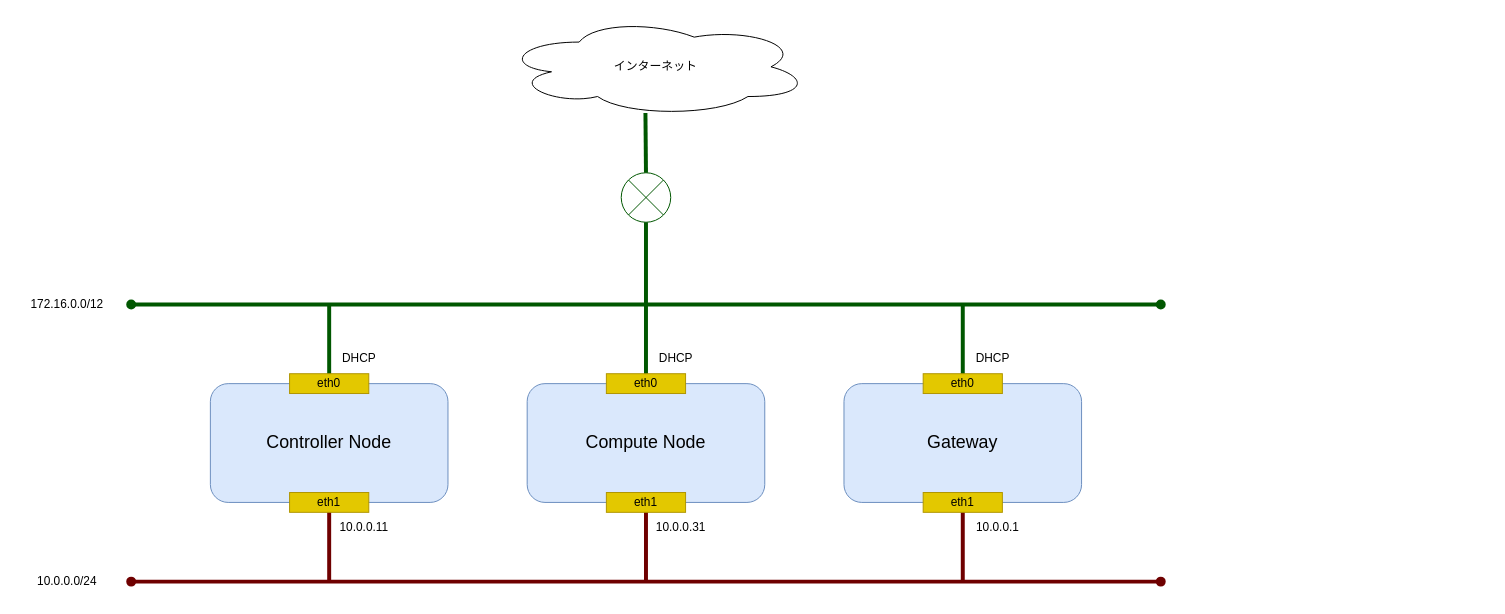
The draw.io diagram _static/image/network_diagram.drawio in 9506hqwy/openstack_study_notes, before the edit. Source tidied: cells renumbered, new cells numbered last; positions are measured from the earlier drawing's top-left corner, leaving out a move shared by most shapes. Both pictures are drawn from the tidied source at 99%, with x=0, y=0 at pixel (17, 17).
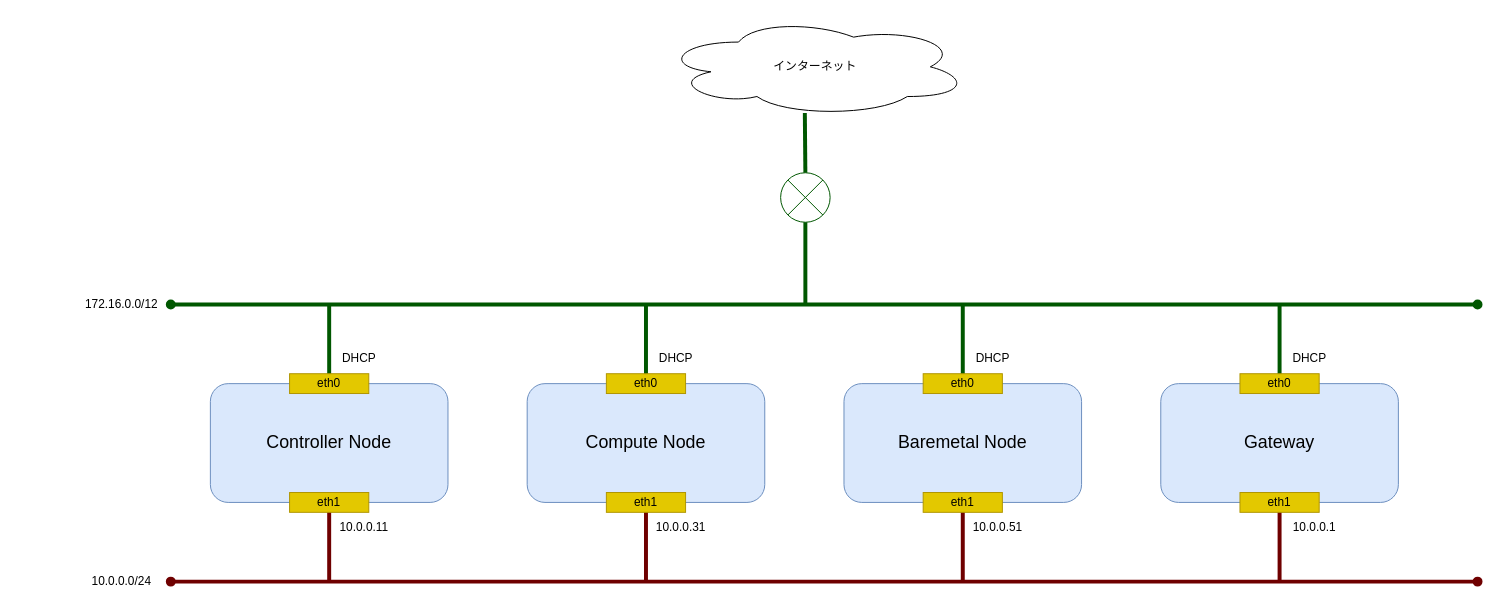
Above is the later version.

Unchanged cells that the change refers to:
```xml
<mxCell id="8" style="ellipse;whiteSpace=wrap;html=1;fillColor=none;fontColor=#ffffff;strokeColor=#005700;" parent="7" vertex="1">
  <mxGeometry width="50" height="50" as="geometry" />
</mxCell>
```

Change to the diagram source:
```diff
@@
     <mxCell id="2" style="endArrow=oval;html=1;rounded=0;startArrow=oval;startFill=1;endFill=1;strokeWidth=4;fillColor=#a20025;strokeColor=#6F0000;" parent="1" edge="1">
       <mxGeometry relative="1" as="geometry">
-        <mxPoint x="115" y="570" as="sourcePoint" />
-        <mxPoint x="1155" y="570" as="targetPoint" />
+        <mxPoint x="155" y="570" as="sourcePoint" />
+        <mxPoint x="1475" y="570" as="targetPoint" />
       </mxGeometry>
     </mxCell>
     <mxCell id="3" style="endArrow=oval;html=1;rounded=0;startArrow=oval;startFill=1;endFill=1;strokeWidth=4;fillColor=#008a00;strokeColor=#005700;" parent="1" edge="1">
       <mxGeometry relative="1" as="geometry">
-        <mxPoint x="115" y="290" as="sourcePoint" />
-        <mxPoint x="1155" y="290" as="targetPoint" />
+        <mxPoint x="155" y="290" as="sourcePoint" />
+        <mxPoint x="1475" y="290" as="targetPoint" />
       </mxGeometry>
     </mxCell>
     <mxCell id="4" value="172.16.0.0/12" style="text;html=1;align=center;verticalAlign=middle;strokeColor=none;fillColor=none;" parent="1" vertex="1">
-      <mxGeometry y="275" width="100" height="30" as="geometry" />
+      <mxGeometry x="55" y="275" width="100" height="30" as="geometry" />
     </mxCell>
     <mxCell id="5" value="10.0.0.0/24" style="text;html=1;align=center;verticalAlign=middle;strokeColor=none;fillColor=none;" parent="1" vertex="1">
-      <mxGeometry x="10" y="555" width="80" height="30" as="geometry" />
+      <mxGeometry x="65" y="555" width="80" height="30" as="geometry" />
     </mxCell>
     <mxCell id="6" value="インターネット" style="ellipse;shape=cloud;whiteSpace=wrap;html=1;" parent="1" vertex="1">
-      <mxGeometry x="490" width="310" height="100" as="geometry" />
+      <mxGeometry x="651" width="310" height="100" as="geometry" />
     </mxCell>
     <mxCell id="7" style="group;" parent="1" vertex="1">
-      <mxGeometry x="610" y="157" width="50" height="50" as="geometry" />
+      <mxGeometry x="771" y="157" width="50" height="50" as="geometry" />
     </mxCell>
@@
     <mxCell id="11" style="endArrow=none;html=1;rounded=0;startArrow=none;startFill=0;endFill=0;strokeWidth=4;fillColor=#008a00;strokeColor=#005700;exitX=0.5;exitY=1;exitDx=0;exitDy=0;" parent="1" edge="1" source="8">
       <mxGeometry relative="1" as="geometry">
-        <mxPoint x="635" y="290" as="targetPoint" />
+        <mxPoint x="796" y="290" as="targetPoint" />
       </mxGeometry>
     </mxCell>
@@
     <mxCell id="13" style="endArrow=none;html=1;rounded=0;startArrow=none;startFill=0;endFill=0;strokeWidth=4;fillColor=#008a00;strokeColor=#005700;exitX=0.5;exitY=1;exitDx=0;exitDy=0;" parent="1" edge="1">
       <mxGeometry relative="1" as="geometry">
-        <mxPoint x="315" y="290" as="sourcePoint" />
-        <mxPoint x="315" y="370" as="targetPoint" />
+        <mxPoint x="635" y="290" as="sourcePoint" />
+        <mxPoint x="635" y="370" as="targetPoint" />
       </mxGeometry>
     </mxCell>
     <mxCell id="14" style="endArrow=none;html=1;rounded=0;startArrow=none;startFill=0;endFill=0;strokeWidth=4;fillColor=#008a00;strokeColor=#005700;exitX=0.5;exitY=1;exitDx=0;exitDy=0;" parent="1" edge="1">
       <mxGeometry relative="1" as="geometry">
-        <mxPoint x="635" y="290" as="sourcePoint" />
-        <mxPoint x="635" y="370" as="targetPoint" />
+        <mxPoint x="955" y="290" as="sourcePoint" />
+        <mxPoint x="955" y="370" as="targetPoint" />
       </mxGeometry>
     </mxCell>
     <mxCell id="15" style="endArrow=none;html=1;rounded=0;startArrow=none;startFill=0;endFill=0;strokeWidth=4;fillColor=#008a00;strokeColor=#005700;exitX=0.5;exitY=1;exitDx=0;exitDy=0;" parent="1" edge="1">
       <mxGeometry relative="1" as="geometry">
-        <mxPoint x="955" y="290" as="sourcePoint" />
-        <mxPoint x="955" y="370" as="targetPoint" />
+        <mxPoint x="1275" y="290" as="sourcePoint" />
+        <mxPoint x="1275" y="370" as="targetPoint" />
       </mxGeometry>
     </mxCell>
     <mxCell id="16" style="endArrow=none;html=1;rounded=0;startArrow=none;startFill=0;endFill=0;strokeWidth=4;fillColor=#a20025;strokeColor=#6F0000;exitX=0.5;exitY=1;exitDx=0;exitDy=0;" parent="1" edge="1">
       <mxGeometry relative="1" as="geometry">
-        <mxPoint x="955" y="490" as="sourcePoint" />
-        <mxPoint x="955" y="570" as="targetPoint" />
+        <mxPoint x="1275" y="490" as="sourcePoint" />
+        <mxPoint x="1275" y="570" as="targetPoint" />
       </mxGeometry>
     </mxCell>
     <mxCell id="17" style="endArrow=none;html=1;rounded=0;startArrow=none;startFill=0;endFill=0;strokeWidth=4;fillColor=#a20025;strokeColor=#6F0000;exitX=0.5;exitY=1;exitDx=0;exitDy=0;" parent="1" edge="1">
       <mxGeometry relative="1" as="geometry">
-        <mxPoint x="635" y="490" as="sourcePoint" />
-        <mxPoint x="635" y="570" as="targetPoint" />
+        <mxPoint x="955" y="490" as="sourcePoint" />
+        <mxPoint x="955" y="570" as="targetPoint" />
       </mxGeometry>
     </mxCell>
     <mxCell id="18" style="endArrow=none;html=1;rounded=0;startArrow=none;startFill=0;endFill=0;strokeWidth=4;fillColor=#a20025;strokeColor=#6F0000;exitX=0.5;exitY=1;exitDx=0;exitDy=0;" parent="1" edge="1">
       <mxGeometry relative="1" as="geometry">
-        <mxPoint x="315" y="490" as="sourcePoint" />
-        <mxPoint x="315" y="570" as="targetPoint" />
+        <mxPoint x="635" y="490" as="sourcePoint" />
+        <mxPoint x="635" y="570" as="targetPoint" />
       </mxGeometry>
     </mxCell>
+    <mxCell id="35" style="endArrow=none;html=1;rounded=0;startArrow=none;startFill=0;endFill=0;strokeWidth=4;fillColor=#008a00;strokeColor=#005700;exitX=0.5;exitY=1;exitDx=0;exitDy=0;" parent="1" edge="1">
+      <mxGeometry relative="1" as="geometry">
+        <mxPoint x="315" y="290" as="sourcePoint" />
+        <mxPoint x="315" y="370" as="targetPoint" />
+      </mxGeometry>
+    </mxCell>
+    <mxCell id="36" style="endArrow=none;html=1;rounded=0;startArrow=none;startFill=0;endFill=0;strokeWidth=4;fillColor=#a20025;strokeColor=#6F0000;exitX=0.5;exitY=1;exitDx=0;exitDy=0;" parent="1" edge="1">
+      <mxGeometry relative="1" as="geometry">
+        <mxPoint x="315" y="490" as="sourcePoint" />
+        <mxPoint x="315" y="570" as="targetPoint" />
+      </mxGeometry>
+    </mxCell>
@@
     <mxCell id="22" value="&lt;div style=&quot;font-size: 18px;&quot;&gt;&lt;font style=&quot;font-size: 18px;&quot;&gt;Gateway&lt;/font&gt;&lt;/div&gt;" style="rounded=1;whiteSpace=wrap;html=1;fillColor=#dae8fc;strokeColor=#6c8ebf;" parent="19" vertex="1">
-      <mxGeometry x="835" y="370" width="240" height="120" as="geometry" />
+      <mxGeometry x="1155" y="370" width="240" height="120" as="geometry" />
     </mxCell>
@@
     <mxCell id="25" value="eth0" style="rounded=0;whiteSpace=wrap;html=1;fillColor=#e3c800;fontColor=#000000;strokeColor=#B09500;" parent="19" vertex="1">
-      <mxGeometry x="915" y="360" width="80" height="20" as="geometry" />
+      <mxGeometry x="1235" y="360" width="80" height="20" as="geometry" />
     </mxCell>
     <mxCell id="26" value="eth1" style="rounded=0;whiteSpace=wrap;html=1;fillColor=#e3c800;fontColor=#000000;strokeColor=#B09500;" parent="19" vertex="1">
-      <mxGeometry x="915" y="480" width="80" height="20" as="geometry" />
+      <mxGeometry x="1235" y="480" width="80" height="20" as="geometry" />
     </mxCell>
@@
     <mxCell id="31" value="10.0.0.1" style="text;html=1;align=center;verticalAlign=middle;strokeColor=none;fillColor=none;" parent="19" vertex="1">
-      <mxGeometry x="955" y="500" width="70" height="30" as="geometry" />
+      <mxGeometry x="1275" y="500" width="70" height="30" as="geometry" />
     </mxCell>
@@
     <mxCell id="34" value="DHCP" style="text;html=1;align=center;verticalAlign=middle;strokeColor=none;fillColor=none;" parent="19" vertex="1">
-      <mxGeometry x="955" y="330" width="60" height="30" as="geometry" />
+      <mxGeometry x="1275" y="330" width="60" height="30" as="geometry" />
     </mxCell>
+    <mxCell id="37" value="&lt;font style=&quot;font-size: 18px;&quot;&gt;Baremetal Node&lt;/font&gt;" style="rounded=1;whiteSpace=wrap;html=1;fillColor=#dae8fc;strokeColor=#6c8ebf;" parent="19" vertex="1">
+      <mxGeometry x="835" y="370" width="240" height="120" as="geometry" />
+    </mxCell>
+    <mxCell id="38" value="eth1" style="rounded=0;whiteSpace=wrap;html=1;fillColor=#e3c800;fontColor=#000000;strokeColor=#B09500;" parent="19" vertex="1">
+      <mxGeometry x="915" y="480" width="80" height="20" as="geometry" />
+    </mxCell>
+    <mxCell id="39" value="eth0" style="rounded=0;whiteSpace=wrap;html=1;fillColor=#e3c800;fontColor=#000000;strokeColor=#B09500;" parent="19" vertex="1">
+      <mxGeometry x="915" y="360" width="80" height="20" as="geometry" />
+    </mxCell>
+    <mxCell id="40" value="10.0.0.51" style="text;html=1;align=center;verticalAlign=middle;strokeColor=none;fillColor=none;" parent="19" vertex="1">
+      <mxGeometry x="955" y="500" width="70" height="30" as="geometry" />
+    </mxCell>
+    <mxCell id="41" value="DHCP" style="text;html=1;align=center;verticalAlign=middle;strokeColor=none;fillColor=none;" parent="19" vertex="1">
+      <mxGeometry x="955" y="330" width="60" height="30" as="geometry" />
+    </mxCell>
```
